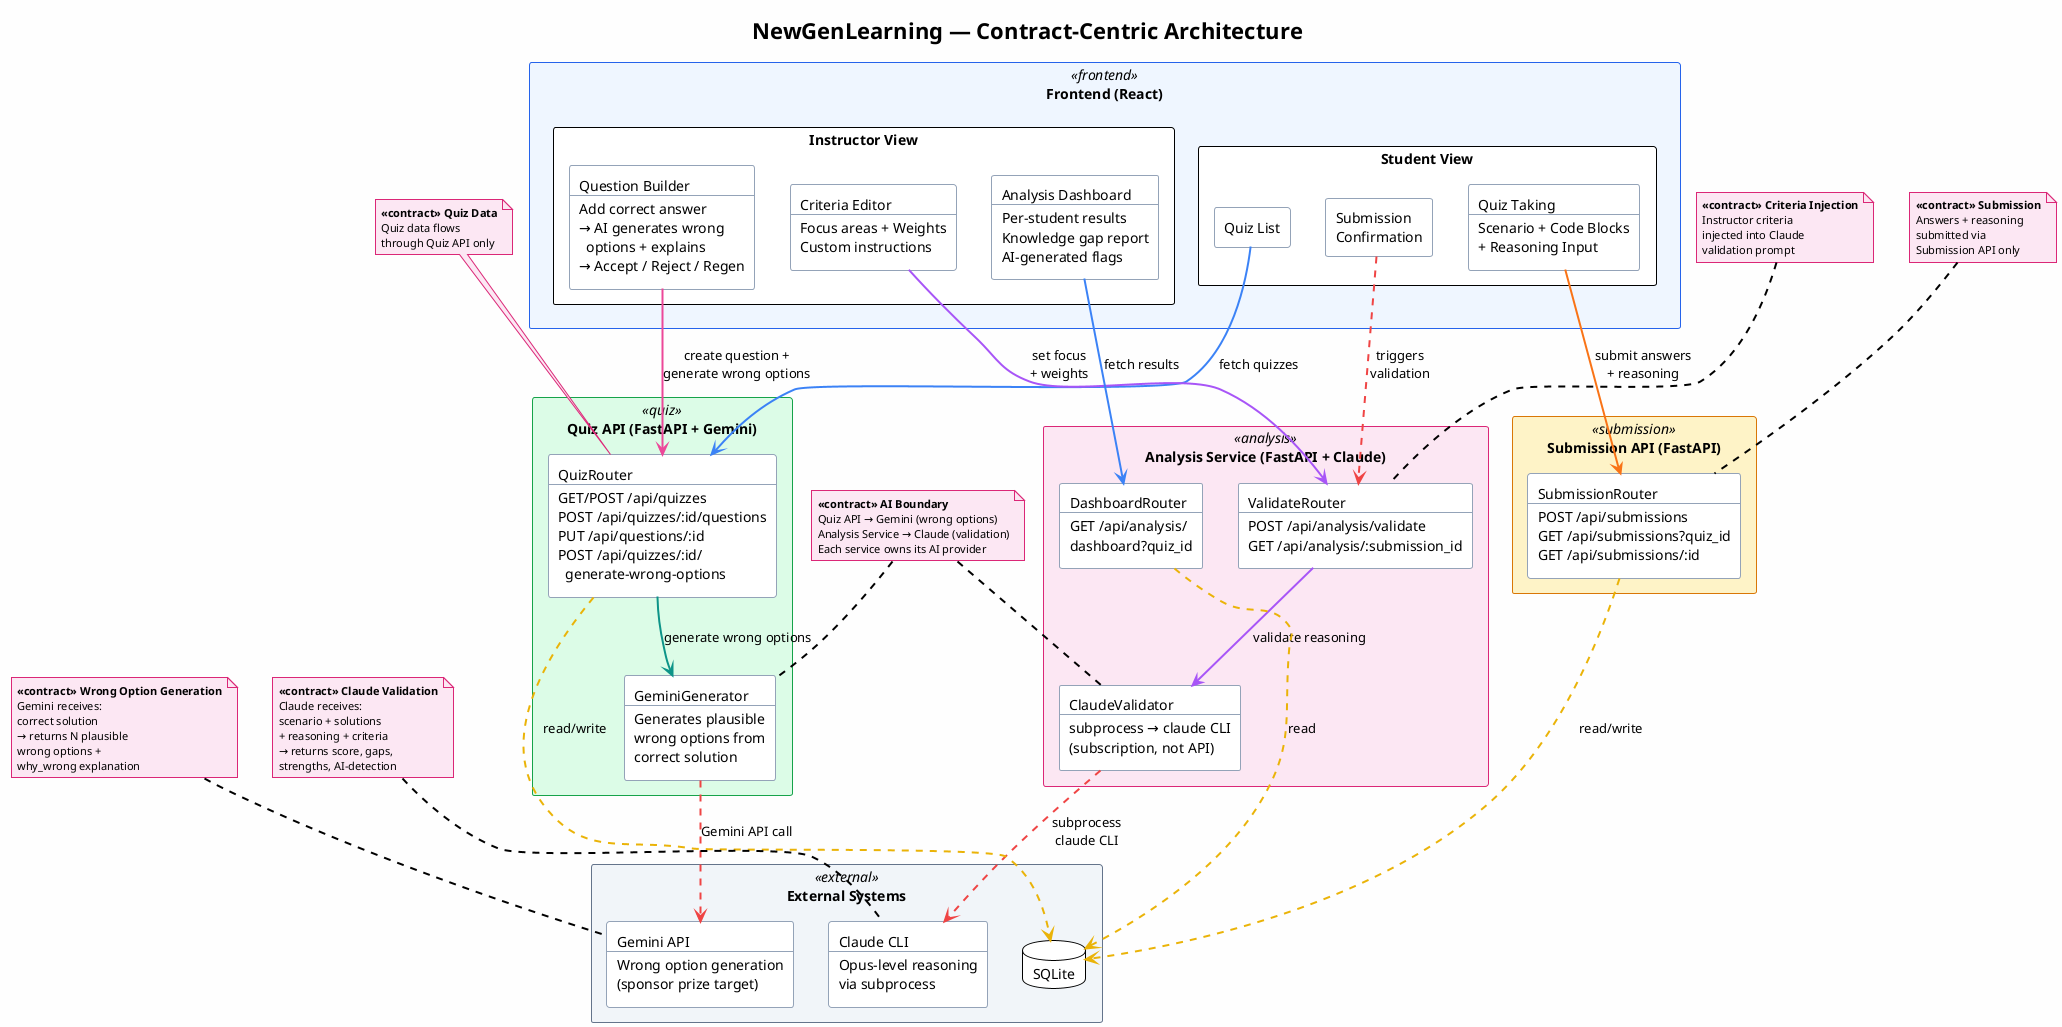
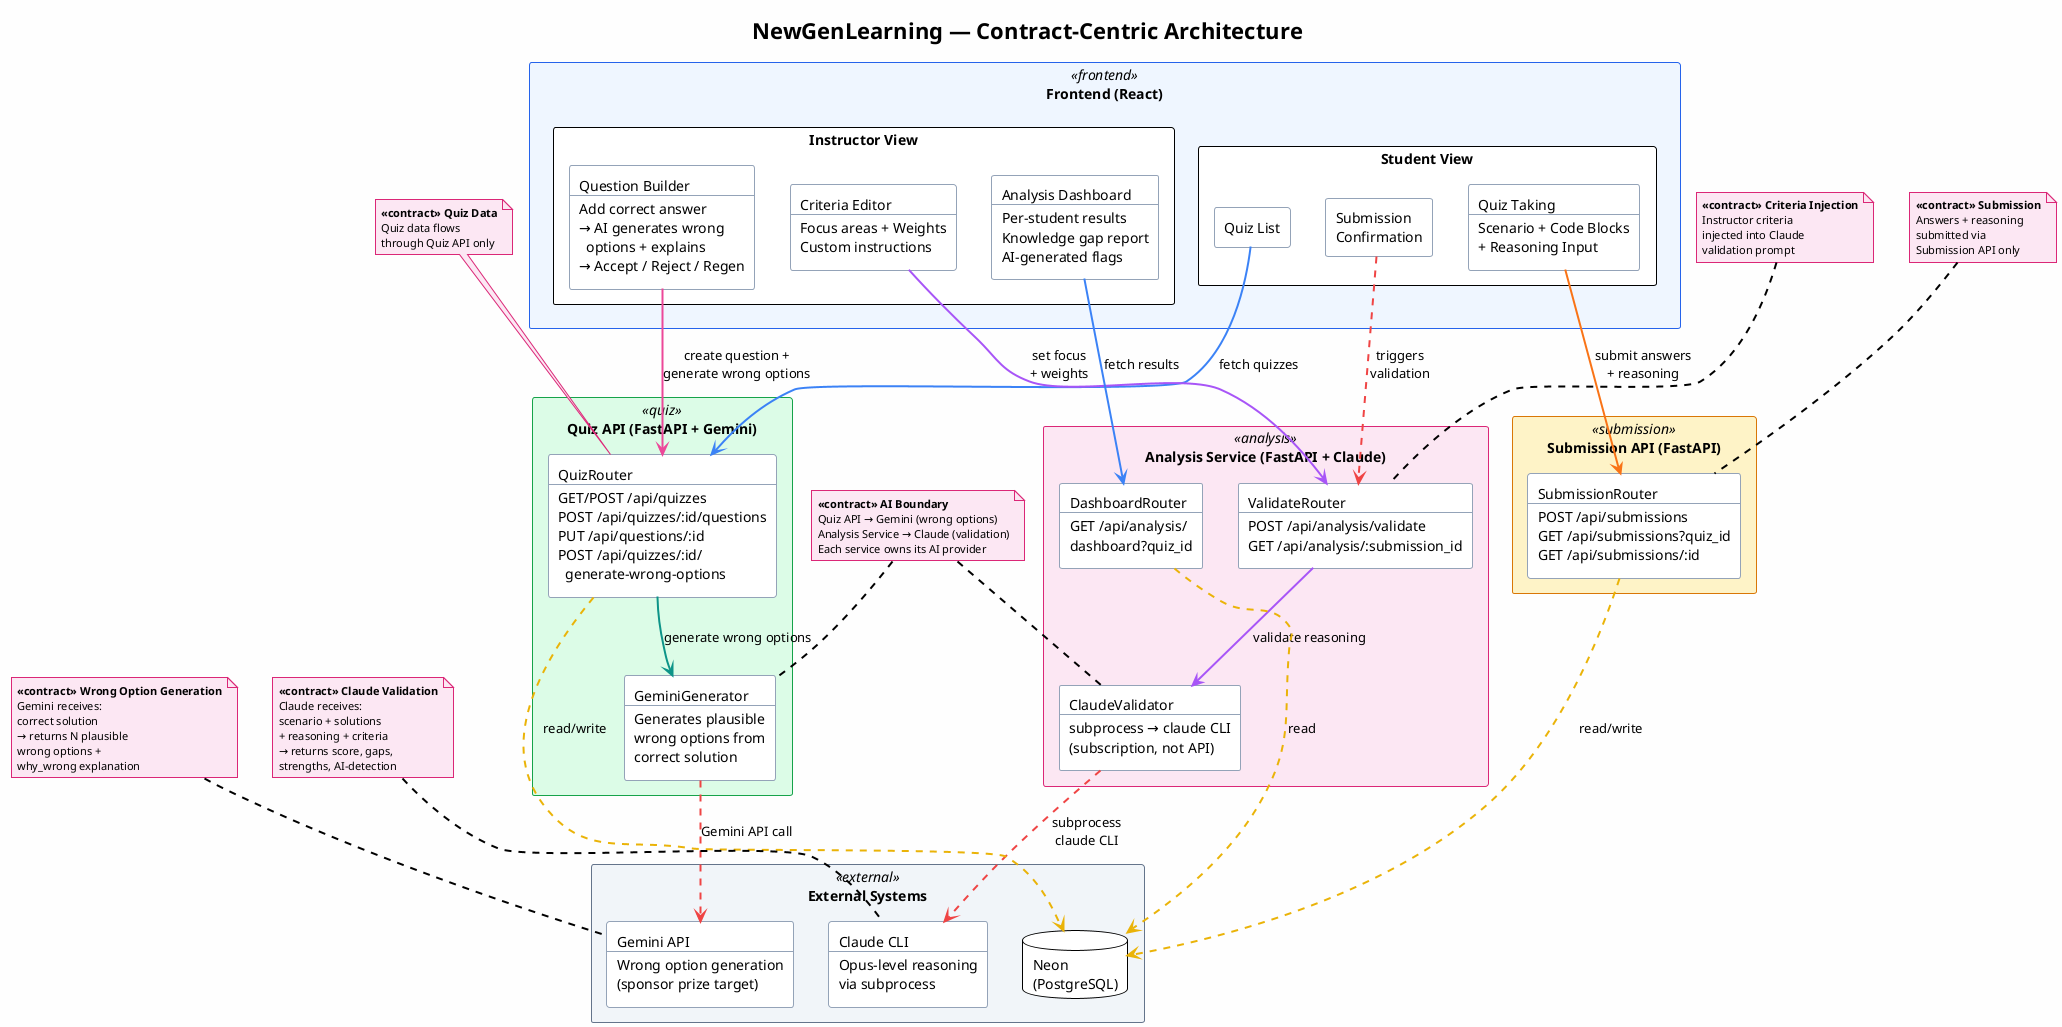
@startuml NewGenLearning Architecture Contract
!theme plain
skinparam backgroundColor #FEFEFE
skinparam defaultFontName "Segoe UI"
skinparam packageStyle rectangle
skinparam componentStyle rectangle
skinparam arrowThickness 2
skinparam shadowing false

title NewGenLearning — Contract-Centric Architecture

' === Colors ===
skinparam package {
  BackgroundColor<<frontend>> #EFF6FF
  BorderColor<<frontend>> #2563EB
  BackgroundColor<<quiz>> #DCFCE7
  BorderColor<<quiz>> #16A34A
  BackgroundColor<<submission>> #FEF3C7
  BorderColor<<submission>> #D97706
  BackgroundColor<<analysis>> #FCE7F3
  BorderColor<<analysis>> #DB2777
  BackgroundColor<<external>> #F1F5F9
  BorderColor<<external>> #64748B
}

skinparam component {
  BackgroundColor #FFFFFF
  BorderColor #94A3B8
}

skinparam note {
  BackgroundColor #FCE7F3
  BorderColor #DB2777
  FontSize 11
}

' ========== FRONTEND ==========
package "Frontend (React)" <<frontend>> {

  package "Student View" {
    component [Quiz List] as QL
    component [Quiz Taking\n---\nScenario + Code Blocks\n+ Reasoning Input] as QT
    component [Submission\nConfirmation] as SC
  }

  package "Instructor View" {
    component [Question Builder\n---\nAdd correct answer\n→ AI generates wrong\n  options + explains\n→ Accept / Reject / Regen] as QB
    component [Analysis Dashboard\n---\nPer-student results\nKnowledge gap report\nAI-generated flags] as AD
    component [Criteria Editor\n---\nFocus areas + Weights\nCustom instructions] as CE
  }
}

' ========== QUIZ API ==========
package "Quiz API (FastAPI + Gemini)" <<quiz>> {
  component [QuizRouter\n---\nGET/POST /api/quizzes\nPOST /api/quizzes/:id/questions\nPUT /api/questions/:id\nPOST /api/quizzes/:id/\n  generate-wrong-options] as QR
  component [GeminiGenerator\n---\nGenerates plausible\nwrong options from\ncorrect solution] as GG
}

' ========== SUBMISSION API ==========
package "Submission API (FastAPI)" <<submission>> {
  component [SubmissionRouter\n---\nPOST /api/submissions\nGET /api/submissions?quiz_id\nGET /api/submissions/:id] as SR
}

' ========== ANALYSIS SERVICE ==========
package "Analysis Service (FastAPI + Claude)" <<analysis>> {
  component [ValidateRouter\n---\nPOST /api/analysis/validate\nGET /api/analysis/:submission_id] as VR
  component [DashboardRouter\n---\nGET /api/analysis/\ndashboard?quiz_id] as DR
  component [ClaudeValidator\n---\nsubprocess → claude CLI\n(subscription, not API)] as CV
}

' ========== EXTERNAL ==========
package "External Systems" <<external>> {
  component [Claude CLI\n---\nOpus-level reasoning\nvia subprocess] as CLAUDE
  component [Gemini API\n---\nWrong option generation\n(sponsor prize target)] as GEMINI
-   database "SQLite" as DB
+   database "Neon\n(PostgreSQL)" as DB
}

' ========== CONTRACTS (Notes) ==========
note as C1
  **«contract» Quiz Data**
  Quiz data flows
  through Quiz API only
end note

note as C2
  **«contract» Submission**
  Answers + reasoning
  submitted via
  Submission API only
end note

note as C3
  **«contract» AI Boundary**
  Quiz API → Gemini (wrong options)
  Analysis Service → Claude (validation)
  Each service owns its AI provider
end note

note as C4
  **«contract» Criteria Injection**
  Instructor criteria
  injected into Claude
  validation prompt
end note

note as C5
  **«contract» Claude Validation**
  Claude receives:
  scenario + solutions
  + reasoning + criteria
  → returns score, gaps,
  strengths, AI-detection
end note

note as C6
  **«contract» Wrong Option Generation**
  Gemini receives:
  correct solution
  → returns N plausible
  wrong options +
  why_wrong explanation
end note

' ========== STUDENT FLOW ==========
QL -[#3B82F6]-> QR : fetch quizzes
QT -[#F97316]-> SR : submit answers\n+ reasoning
SC .[#EF4444].> VR : triggers\nvalidation

' ========== INSTRUCTOR QUESTION FLOW ==========
QB -[#EC4899]-> QR : create question +\ngenerate wrong options
QR -[#0D9488]-> GG : generate wrong options
GG .[#EF4444].> GEMINI : Gemini API call

' ========== INSTRUCTOR CRITERIA FLOW ==========
CE -[#A855F7]-> VR : set focus\n+ weights

' ========== VALIDATION FLOW ==========
VR -[#A855F7]-> CV : validate reasoning
CV .[#EF4444].> CLAUDE : subprocess\nclaude CLI

' ========== DASHBOARD ==========
AD -[#3B82F6]-> DR : fetch results

' ========== DATABASE ==========
QR .[#EAB308].> DB : read/write
SR .[#EAB308].> DB : read/write
DR .[#EAB308].> DB : read

' ========== CONTRACT PLACEMENTS ==========
C1 .. QR
C2 .. SR
C3 .. GG
C3 .. CV
C4 .. VR
C5 .. CLAUDE
C6 .. GEMINI

@enduml
